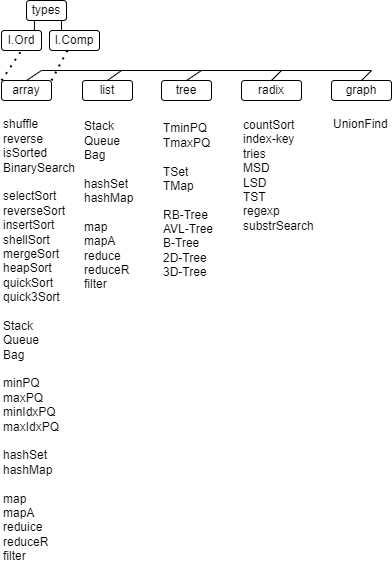
kselnaag/algos keeps this draw.io diagram as pics/algos.png. Above is the earlier version. Source tidied: cells renumbered, new cells last; positions are measured from the earlier drawing's top-left corner, leaving out a move shared by most shapes.
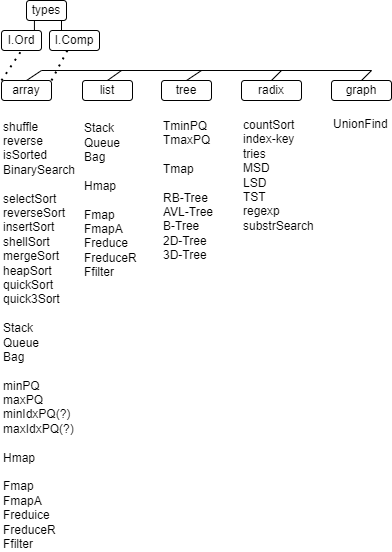
Above is the later version.

The edit, as a diff of the source:
```diff
@@ -17,17 +17,17 @@
     <mxCell id="6" value="graph" style="rounded=1;whiteSpace=wrap;html=1;fontColor=#000000;fillColor=none;strokeColor=#000000;" parent="1" vertex="1">
       <mxGeometry x="330" y="80" width="60" height="20" as="geometry" />
     </mxCell>
-    <mxCell id="7" value="shuffle&lt;br&gt;reverse&lt;br&gt;isSorted&lt;br&gt;BinarySearch&lt;br&gt;&lt;br&gt;selectSort&lt;br&gt;reverseSort&lt;br&gt;insertSort&lt;br&gt;shellSort&lt;br&gt;mergeSort&lt;br&gt;heapSort&lt;br&gt;quickSort&lt;br&gt;quick3Sort&lt;br&gt;&lt;br&gt;Stack&lt;br&gt;Queue&lt;br&gt;Bag&lt;br&gt;&lt;br&gt;minPQ&lt;br&gt;maxPQ&lt;br&gt;minIdxPQ&lt;br&gt;maxIdxPQ&lt;br&gt;&lt;br&gt;hashSet&lt;br&gt;hashMap&lt;br&gt;&lt;br&gt;map&lt;br&gt;mapA&lt;br&gt;reduice&lt;br&gt;reduceR&lt;br&gt;filter" style="text;html=1;strokeColor=none;fillColor=none;align=left;verticalAlign=middle;whiteSpace=wrap;rounded=0;fontColor=#000000;" parent="1" vertex="1">
-      <mxGeometry y="120" width="66" height="440" as="geometry" />
+    <mxCell id="7" value="shuffle&lt;br&gt;reverse&lt;br&gt;isSorted&lt;br&gt;BinarySearch&lt;br&gt;&lt;br&gt;selectSort&lt;br&gt;reverseSort&lt;br&gt;insertSort&lt;br&gt;shellSort&lt;br&gt;mergeSort&lt;br&gt;heapSort&lt;br&gt;quickSort&lt;br&gt;quick3Sort&lt;br&gt;&lt;br&gt;Stack&lt;br&gt;Queue&lt;br&gt;Bag&lt;br&gt;&lt;br&gt;minPQ&lt;br&gt;maxPQ&lt;br&gt;minIdxPQ(?)&lt;br&gt;maxIdxPQ(?)&lt;br&gt;&lt;br&gt;Hmap&lt;br&gt;&lt;br&gt;Fmap&lt;br&gt;FmapA&lt;br&gt;Freduice&lt;br&gt;FreduceR&lt;br&gt;Ffilter" style="text;html=1;strokeColor=none;fillColor=none;align=left;verticalAlign=middle;whiteSpace=wrap;rounded=0;fontColor=#000000;" parent="1" vertex="1">
+      <mxGeometry y="120" width="66" height="430" as="geometry" />
     </mxCell>
-    <mxCell id="8" value="Stack&lt;br&gt;Queue&lt;br&gt;Bag&lt;br&gt;&lt;br&gt;hashSet&lt;br&gt;hashMap&lt;br&gt;&lt;br&gt;map&lt;br&gt;mapA&lt;br&gt;reduce&lt;br&gt;reduceR&lt;br&gt;filter" style="text;html=1;strokeColor=none;fillColor=none;align=left;verticalAlign=middle;whiteSpace=wrap;rounded=0;fontColor=#000000;" parent="1" vertex="1">
-      <mxGeometry x="81" y="120" width="66" height="170" as="geometry" />
+    <mxCell id="8" value="Stack&lt;br&gt;Queue&lt;br&gt;Bag&lt;br&gt;&lt;br&gt;Hmap&lt;br&gt;&lt;br&gt;Fmap&lt;br&gt;FmapA&lt;br&gt;Freduce&lt;br&gt;FreduceR&lt;br&gt;Ffilter" style="text;html=1;strokeColor=none;fillColor=none;align=left;verticalAlign=middle;whiteSpace=wrap;rounded=0;fontColor=#000000;" parent="1" vertex="1">
+      <mxGeometry x="81" y="120" width="66" height="160" as="geometry" />
     </mxCell>
     <mxCell id="9" value="countSort&lt;br&gt;index-key&lt;br&gt;tries&lt;br&gt;MSD&lt;br&gt;LSD&lt;br&gt;TST&lt;br&gt;regexp&lt;br&gt;substrSearch" style="text;html=1;strokeColor=none;fillColor=none;align=left;verticalAlign=middle;whiteSpace=wrap;rounded=0;fontColor=#000000;" parent="1" vertex="1">
       <mxGeometry x="240" y="120" width="60" height="110" as="geometry" />
     </mxCell>
-    <mxCell id="10" value="TminPQ&lt;br&gt;TmaxPQ&lt;br&gt;&lt;br&gt;TSet&lt;br&gt;TMap&lt;br&gt;&lt;br&gt;RB-Tree&lt;br&gt;AVL-Tree&lt;br&gt;B-Tree&lt;br&gt;2D-Tree&lt;br&gt;3D-Tree" style="text;html=1;strokeColor=none;fillColor=none;align=left;verticalAlign=middle;whiteSpace=wrap;rounded=0;fontColor=#000000;" parent="1" vertex="1">
-      <mxGeometry x="160" y="120" width="70" height="160" as="geometry" />
+    <mxCell id="10" value="TminPQ&lt;br&gt;TmaxPQ&lt;br&gt;&lt;br&gt;Tmap&lt;br&gt;&lt;br&gt;RB-Tree&lt;br&gt;AVL-Tree&lt;br&gt;B-Tree&lt;br&gt;2D-Tree&lt;br&gt;3D-Tree" style="text;html=1;strokeColor=none;fillColor=none;align=left;verticalAlign=middle;whiteSpace=wrap;rounded=0;fontColor=#000000;" parent="1" vertex="1">
+      <mxGeometry x="160" y="120" width="70" height="140" as="geometry" />
     </mxCell>
     <mxCell id="11" value="types" style="rounded=1;whiteSpace=wrap;html=1;fillColor=none;strokeColor=#000000;fontColor=#000000;" parent="1" vertex="1">
       <mxGeometry x="25" width="40" height="20" as="geometry" />
```
